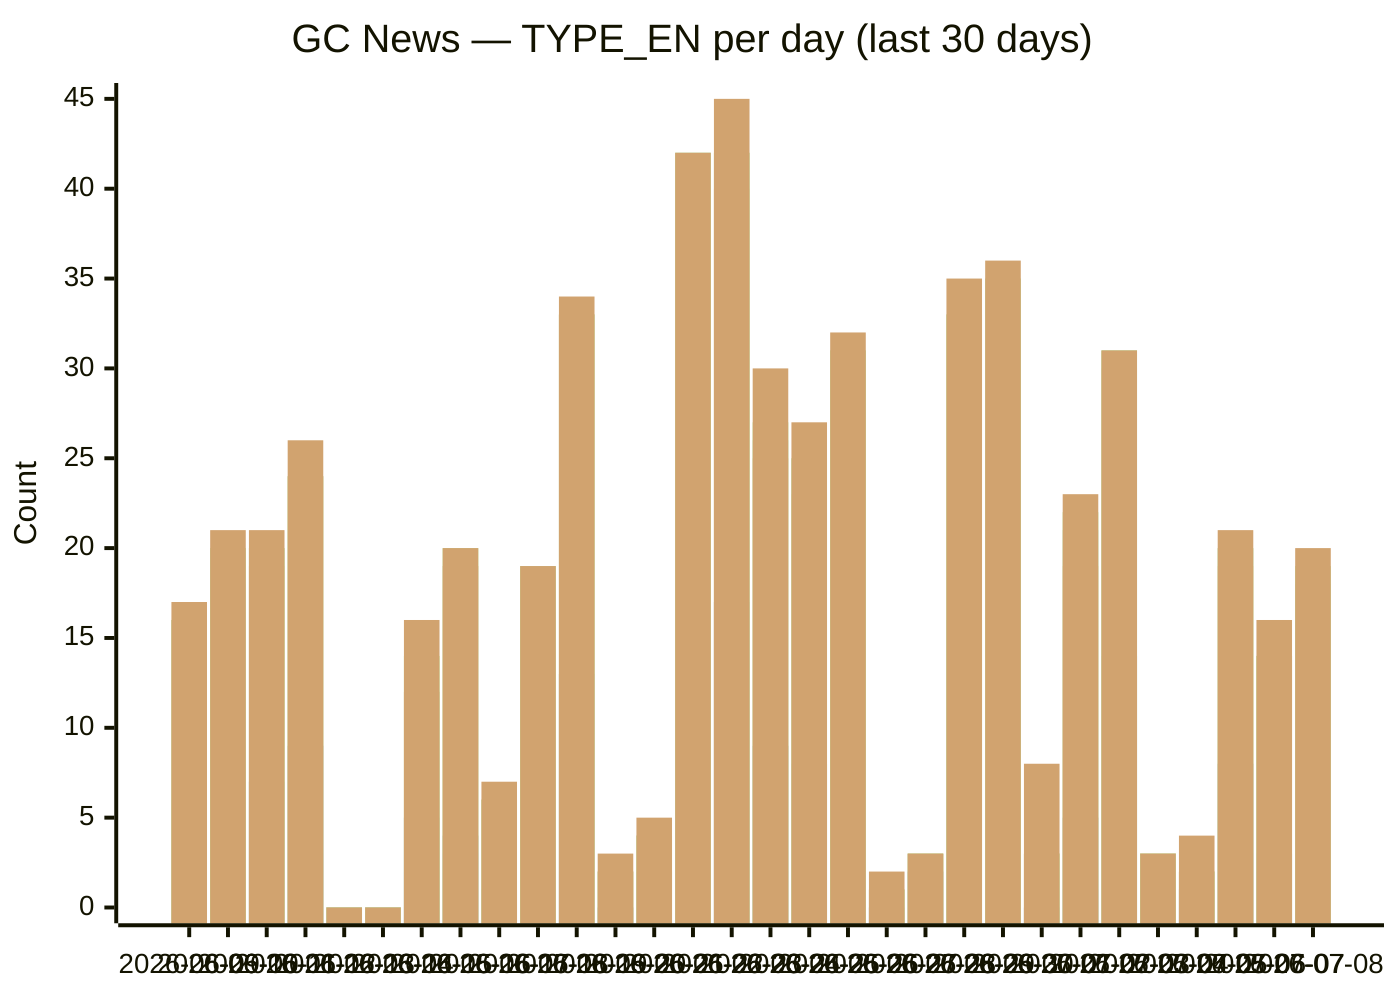
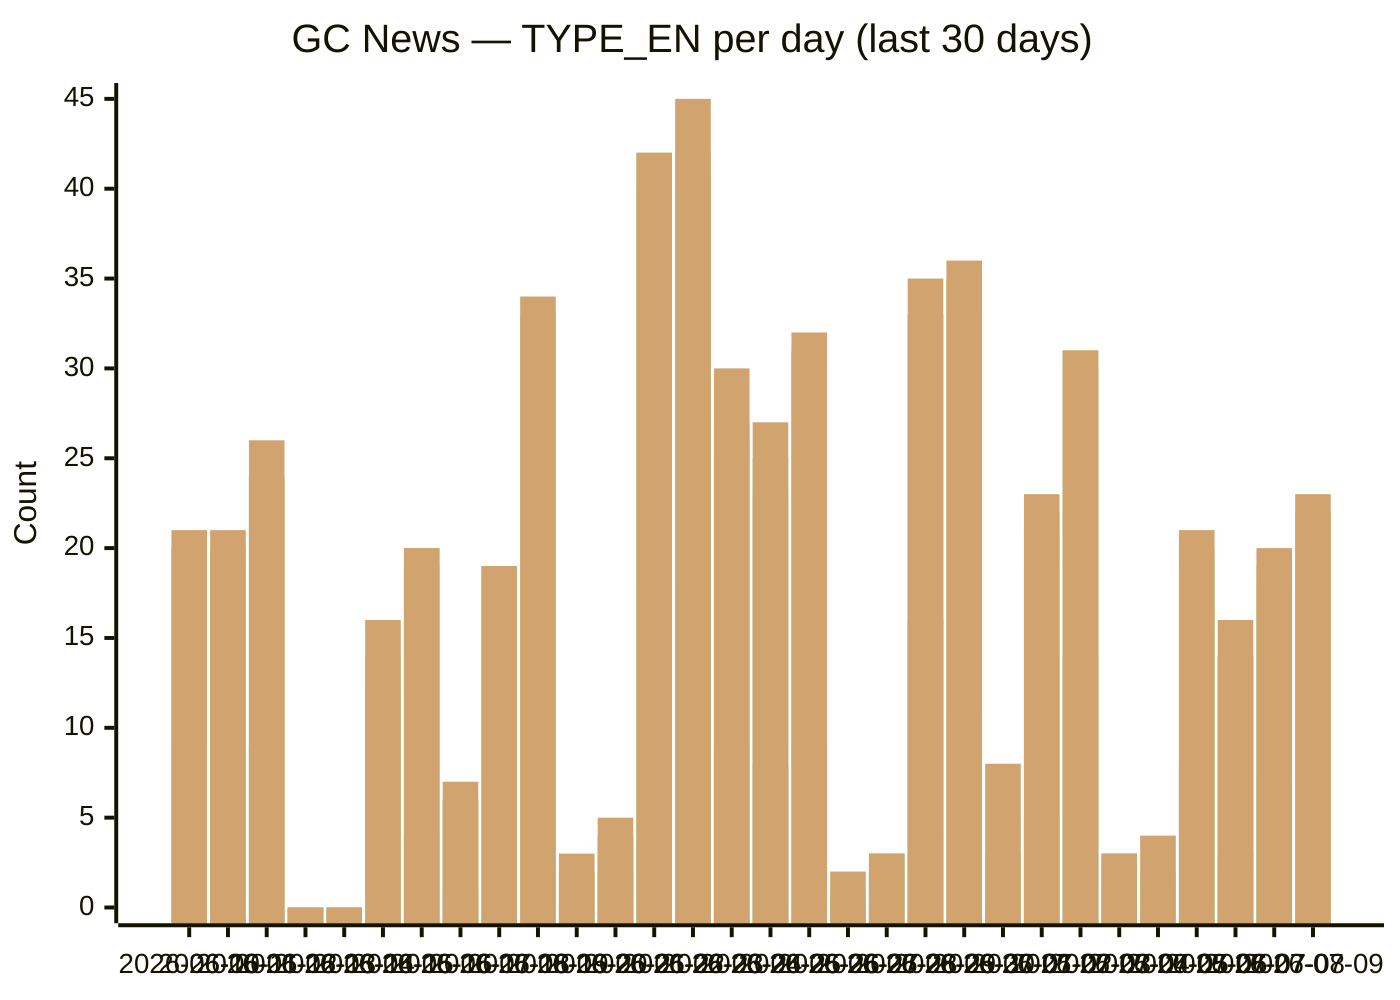
```mermaid
xychart-beta
  title "GC News — TYPE_EN per day (last 30 days)"
-   x-axis [2026-06-09, 2026-06-10, 2026-06-11, 2026-06-12, 2026-06-13, 2026-06-14, 2026-06-15, 2026-06-16, 2026-06-17, 2026-06-18, 2026-06-19, 2026-06-20, 2026-06-21, 2026-06-22, 2026-06-23, 2026-06-24, 2026-06-25, 2026-06-26, 2026-06-27, 2026-06-28, 2026-06-29, 2026-06-30, 2026-07-01, 2026-07-02, 2026-07-03, 2026-07-04, 2026-07-05, 2026-07-06, 2026-07-07, 2026-07-08]
+   x-axis [2026-06-10, 2026-06-11, 2026-06-12, 2026-06-13, 2026-06-14, 2026-06-15, 2026-06-16, 2026-06-17, 2026-06-18, 2026-06-19, 2026-06-20, 2026-06-21, 2026-06-22, 2026-06-23, 2026-06-24, 2026-06-25, 2026-06-26, 2026-06-27, 2026-06-28, 2026-06-29, 2026-06-30, 2026-07-01, 2026-07-02, 2026-07-03, 2026-07-04, 2026-07-05, 2026-07-06, 2026-07-07, 2026-07-08, 2026-07-09]
  y-axis "Count" 0 --> 45
-   bar backgrounders [3, 2, 0, 3, 0, 0, 2, 3, 1, 2, 2, 0, 0, 3, 6, 2, 2, 3, 0, 0, 4, 3, 0, 1, 3, 1, 0, 3, 2, 2]
-   bar "media advisories" [6, 9, 7, 9, 0, 0, 5, 4, 1, 8, 13, 0, 2, 18, 17, 9, 8, 9, 0, 2, 16, 11, 0, 5, 14, 1, 1, 8, 3, 7]
-   bar "news releases" [16, 18, 19, 24, 0, 0, 12, 19, 6, 19, 33, 2, 4, 40, 40, 25, 23, 30, 1, 3, 33, 33, 3, 19, 30, 3, 2, 19, 14, 18]
-   bar readouts [16, 20, 20, 24, 0, 0, 12, 19, 6, 19, 33, 2, 4, 42, 42, 26, 25, 31, 1, 3, 33, 35, 3, 21, 31, 3, 2, 20, 14, 18]
-   bar speeches [16, 20, 20, 24, 0, 0, 14, 20, 6, 19, 33, 2, 4, 42, 42, 27, 25, 31, 1, 3, 33, 35, 3, 22, 31, 3, 2, 20, 14, 19]
-   bar statements [17, 21, 21, 26, 0, 0, 16, 20, 7, 19, 34, 3, 5, 42, 45, 30, 27, 32, 2, 3, 35, 36, 8, 23, 31, 3, 4, 21, 16, 20]
+   bar backgrounders [2, 0, 3, 0, 0, 2, 3, 1, 2, 2, 0, 0, 3, 6, 2, 2, 3, 0, 0, 4, 3, 0, 1, 3, 1, 0, 3, 2, 2, 3]
+   bar "media advisories" [9, 7, 9, 0, 0, 5, 4, 1, 8, 13, 0, 2, 18, 17, 9, 8, 9, 0, 2, 16, 11, 0, 5, 14, 1, 1, 8, 3, 7, 8]
+   bar "news releases" [18, 19, 24, 0, 0, 12, 19, 6, 19, 33, 2, 4, 40, 40, 25, 23, 30, 1, 3, 33, 33, 3, 19, 30, 3, 2, 19, 14, 18, 22]
+   bar readouts [20, 20, 24, 0, 0, 12, 19, 6, 19, 33, 2, 4, 42, 42, 26, 25, 31, 1, 3, 33, 35, 3, 21, 31, 3, 2, 20, 14, 18, 22]
+   bar speeches [20, 20, 24, 0, 0, 14, 20, 6, 19, 33, 2, 4, 42, 42, 27, 25, 31, 1, 3, 33, 35, 3, 22, 31, 3, 2, 20, 14, 19, 22]
+   bar statements [21, 21, 26, 0, 0, 16, 20, 7, 19, 34, 3, 5, 42, 45, 30, 27, 32, 2, 3, 35, 36, 8, 23, 31, 3, 4, 21, 16, 20, 23]
```